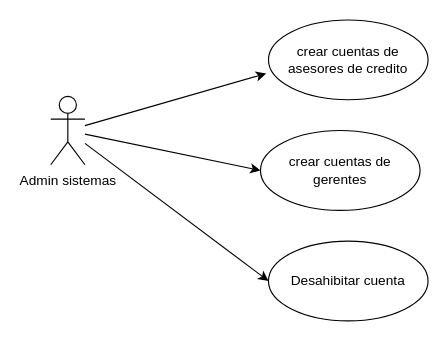
alexrv11/credicuotas keeps this draw.io diagram as docs/use cases/user-admin.drawio. Above is the earlier version. Source tidied: cells renumbered, new cells numbered last; positions are measured from the earlier drawing's top-left corner, leaving out a move shared by most shapes. Both pictures are drawn from the tidied source at 114%, with x=0, y=0 at pixel (50, 19).
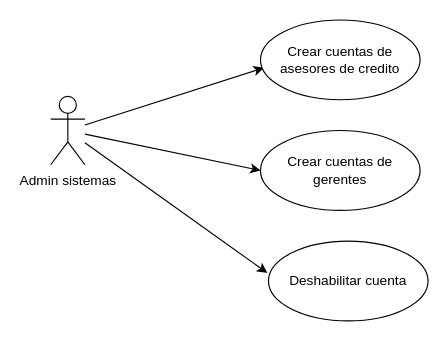
The same diagram, later.

Change to the diagram source:
```diff
@@
 <mxGraphModel>
   <root>
     <mxCell id="0" />
     <mxCell id="1" parent="0" />
-    <mxCell id="2" style="edgeStyle=none;html=1;" parent="1" edge="1" source="5">
-      <mxGeometry relative="1" as="geometry">
-        <mxPoint x="189" y="47" as="targetPoint" />
-      </mxGeometry>
+    <mxCell id="2" style="edgeStyle=none;html=1;entryX=0.021;entryY=0.6;entryDx=0;entryDy=0;entryPerimeter=0;" parent="1" edge="1" source="5" target="6">
+      <mxGeometry relative="1" as="geometry" />
     </mxCell>
     <mxCell id="3" style="edgeStyle=none;html=1;entryX=0;entryY=0.5;entryDx=0;entryDy=0;" parent="1" edge="1" source="5" target="7">
       <mxGeometry relative="1" as="geometry" />
     </mxCell>
-    <mxCell id="4" style="edgeStyle=none;html=1;entryX=0;entryY=0.5;entryDx=0;entryDy=0;" parent="1" edge="1" source="5" target="8">
+    <mxCell id="4" style="edgeStyle=none;html=1;entryX=-0.007;entryY=0.4;entryDx=0;entryDy=0;entryPerimeter=0;" parent="1" edge="1" source="5" target="8">
       <mxGeometry relative="1" as="geometry" />
     </mxCell>
     <mxCell id="5" value="Admin sistemas" style="shape=umlActor;verticalLabelPosition=bottom;verticalAlign=top;html=1;" parent="1" vertex="1">
       <mxGeometry y="67" width="30" height="60" as="geometry" />
     </mxCell>
-    <mxCell id="6" value="crear cuentas de asesores de credito" style="ellipse;whiteSpace=wrap;html=1;" parent="1" vertex="1">
-      <mxGeometry x="191" width="140" height="70" as="geometry" />
+    <mxCell id="6" value="Crear cuentas de asesores de credito" style="ellipse;whiteSpace=wrap;html=1;" parent="1" vertex="1">
+      <mxGeometry x="184" width="140" height="70" as="geometry" />
     </mxCell>
-    <mxCell id="7" value="crear cuentas de gerentes" style="ellipse;whiteSpace=wrap;html=1;" parent="1" vertex="1">
+    <mxCell id="7" value="Crear cuentas de gerentes" style="ellipse;whiteSpace=wrap;html=1;" parent="1" vertex="1">
       <mxGeometry x="184" y="97" width="140" height="70" as="geometry" />
     </mxCell>
-    <mxCell id="8" value="Desahibitar cuenta" style="ellipse;whiteSpace=wrap;html=1;" parent="1" vertex="1">
+    <mxCell id="8" value="Deshabilitar cuenta" style="ellipse;whiteSpace=wrap;html=1;" parent="1" vertex="1">
       <mxGeometry x="191" y="194" width="140" height="70" as="geometry" />
     </mxCell>
   </root>
 </mxGraphModel>
```
